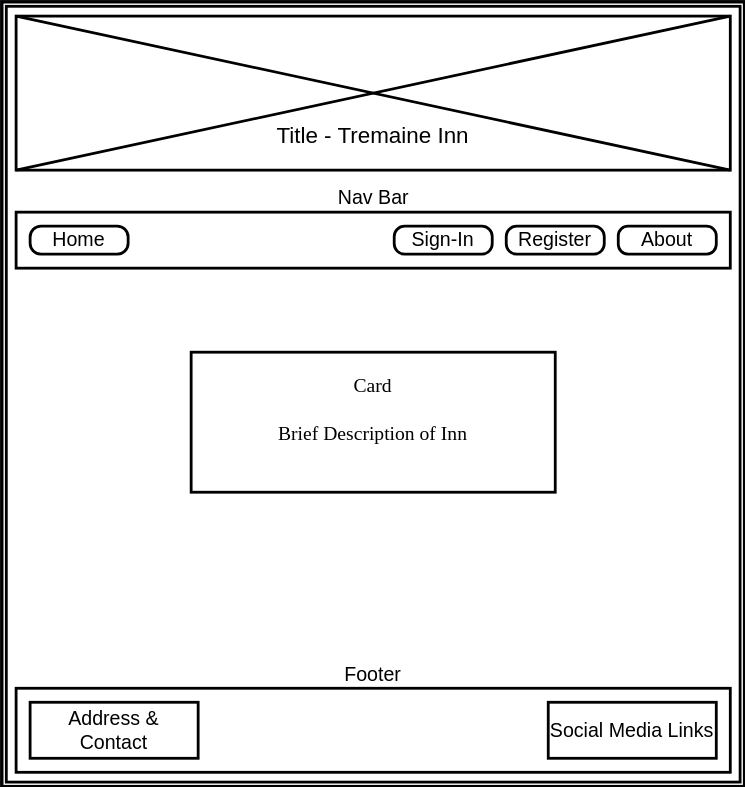
Earlier version of the draw.io export readme/home-page.svg (redfoxofwealden/tremaine-inn-booking-system). Source tidied: cells renumbered, new cells last; positions are measured from the earlier drawing's top-left corner, leaving out a move shared by most shapes. The source it was exported from:
```xml
<mxGraphModel>
  <root>
    <mxCell id="0" />
    <mxCell id="1" parent="0" />
    <mxCell id="2" style="shape=ext;double=1;rounded=0;whiteSpace=wrap;html=1;strokeColor=#000000;strokeWidth=2;align=center;verticalAlign=middle;fontFamily=Helvetica;fontSize=12;fontColor=#333333;fillColor=#FFFFFF;" parent="1" vertex="1">
      <mxGeometry width="530" height="560" as="geometry" />
    </mxCell>
    <mxCell id="3" style="rounded=0;whiteSpace=wrap;html=1;align=center;verticalAlign=middle;fontFamily=Tahoma;fontSize=14;fontColor=#000000;fillColor=none;gradientColor=none;strokeWidth=2;strokeColor=#000000;" parent="1" vertex="1">
      <mxGeometry x="10" y="150" width="510" height="40" as="geometry" />
    </mxCell>
    <mxCell id="4" style="verticalLabelPosition=bottom;shadow=0;dashed=0;align=center;html=1;verticalAlign=top;strokeWidth=2;shape=mxgraph.mockup.graphics.simpleIcon;strokeColor=#000000;rounded=0;fontFamily=Helvetica;fontSize=12;fontColor=#333333;fillColor=#FFFFFF;" parent="1" vertex="1">
      <mxGeometry x="10" y="10" width="510" height="110" as="geometry" />
    </mxCell>
    <mxCell id="5" value="Title - Tremaine Inn" style="text;html=1;align=center;verticalAlign=middle;whiteSpace=wrap;rounded=0;fontFamily=Helvetica;fontSize=16;fontColor=#000000;fontStyle=0;" parent="1" vertex="1">
      <mxGeometry x="191.2" y="80" width="147.5" height="30" as="geometry" />
    </mxCell>
    <mxCell id="6" value="Sign-In" style="rounded=1;whiteSpace=wrap;html=1;align=center;verticalAlign=middle;fontFamily=Helvetica;fontSize=14;fontColor=#000000;fillColor=none;gradientColor=none;strokeColor=#000000;strokeWidth=2;arcSize=37;" parent="1" vertex="1">
      <mxGeometry x="280" y="160" width="70" height="20" as="geometry" />
    </mxCell>
    <mxCell id="7" value="Register" style="rounded=1;whiteSpace=wrap;html=1;align=center;verticalAlign=middle;fontFamily=Helvetica;fontSize=14;fontColor=#000000;fillColor=none;gradientColor=none;strokeColor=#000000;strokeWidth=2;arcSize=37;" parent="1" vertex="1">
      <mxGeometry x="360" y="160" width="70" height="20" as="geometry" />
    </mxCell>
    <mxCell id="8" value="About" style="rounded=1;whiteSpace=wrap;html=1;align=center;verticalAlign=middle;fontFamily=Helvetica;fontSize=14;fontColor=#000000;fillColor=none;gradientColor=none;strokeColor=#000000;strokeWidth=2;arcSize=35;" parent="1" vertex="1">
      <mxGeometry x="440" y="160" width="70" height="20" as="geometry" />
    </mxCell>
    <mxCell id="9" value="Home" style="rounded=1;whiteSpace=wrap;html=1;align=center;verticalAlign=middle;fontFamily=Helvetica;fontSize=14;fontColor=#000000;fillColor=none;gradientColor=none;strokeColor=#000000;strokeWidth=2;arcSize=39;" parent="1" vertex="1">
      <mxGeometry x="20" y="160" width="70" height="20" as="geometry" />
    </mxCell>
    <mxCell id="10" value="Card&lt;br&gt;&lt;br&gt;Brief Description of Inn&lt;div&gt;&lt;br/&gt;&lt;/div&gt;" style="rounded=1;whiteSpace=wrap;html=1;align=center;verticalAlign=middle;fontFamily=Tahoma;fontSize=14;fontColor=#000000;fillColor=none;gradientColor=none;strokeColor=#000000;strokeWidth=2;arcSize=0;" parent="1" vertex="1">
      <mxGeometry x="135" y="250" width="260" height="100" as="geometry" />
    </mxCell>
    <mxCell id="11" style="rounded=0;whiteSpace=wrap;html=1;align=center;verticalAlign=middle;fontFamily=Tahoma;fontSize=14;fontColor=#000000;fillColor=none;gradientColor=none;strokeWidth=2;strokeColor=#000000;" parent="1" vertex="1">
      <mxGeometry x="10" y="490" width="510" height="60" as="geometry" />
    </mxCell>
    <mxCell id="12" value="Address &amp;amp;&lt;br&gt;Contact" style="rounded=1;whiteSpace=wrap;html=1;align=center;verticalAlign=middle;fontFamily=Helvetica;fontSize=14;fontColor=#000000;fillColor=none;gradientColor=none;arcSize=0;strokeWidth=2;strokeColor=#000000;" parent="1" vertex="1">
      <mxGeometry x="20" y="500" width="120" height="40" as="geometry" />
    </mxCell>
    <mxCell id="13" value="Social Media Links" style="rounded=1;whiteSpace=wrap;html=1;align=center;verticalAlign=middle;fontFamily=Helvetica;fontSize=14;fontColor=#000000;fillColor=none;gradientColor=none;arcSize=0;strokeWidth=2;strokeColor=#000000;" parent="1" vertex="1">
      <mxGeometry x="390" y="500" width="120" height="40" as="geometry" />
    </mxCell>
    <mxCell id="14" value="Footer" style="text;html=1;align=center;verticalAlign=middle;whiteSpace=wrap;rounded=0;fontFamily=Helvetica;fontSize=14;fontColor=#000000;" parent="1" vertex="1">
      <mxGeometry x="240" y="470" width="50" height="20" as="geometry" />
    </mxCell>
    <mxCell id="15" value="Nav Bar" style="text;html=1;align=center;verticalAlign=middle;whiteSpace=wrap;rounded=0;fontFamily=Helvetica;fontSize=14;fontColor=#000000;" parent="1" vertex="1">
      <mxGeometry x="237.5" y="130" width="55" height="20" as="geometry" />
    </mxCell>
  </root>
</mxGraphModel>
```
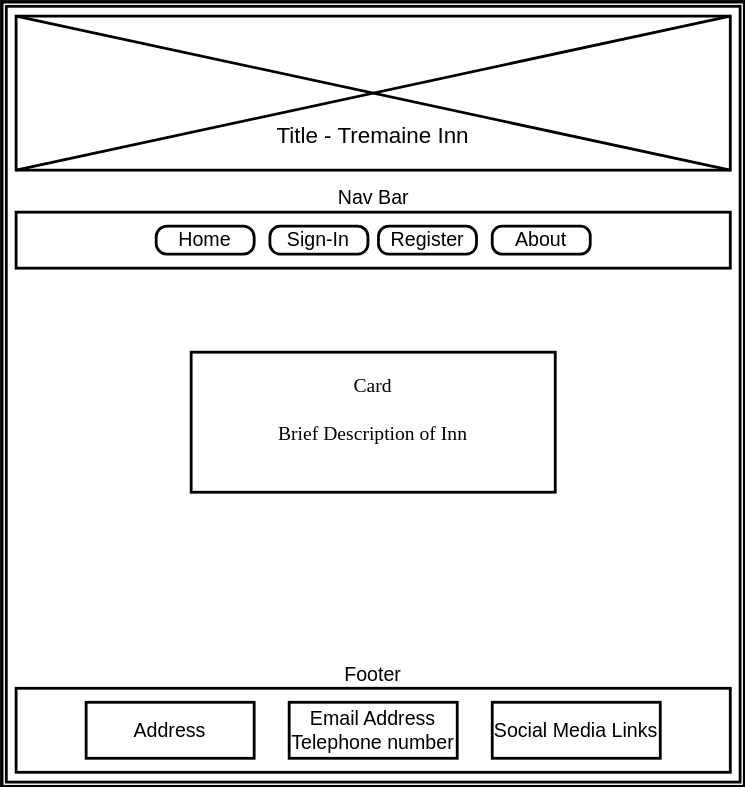
Later version of the same file.

Commit message:
docs: fill out testing home page

Diff of the diagram source:
```diff
@@ -15,16 +15,16 @@
       <mxGeometry x="191.2" y="80" width="147.5" height="30" as="geometry" />
     </mxCell>
     <mxCell id="6" value="Sign-In" style="rounded=1;whiteSpace=wrap;html=1;align=center;verticalAlign=middle;fontFamily=Helvetica;fontSize=14;fontColor=#000000;fillColor=none;gradientColor=none;strokeColor=#000000;strokeWidth=2;arcSize=37;" parent="1" vertex="1">
-      <mxGeometry x="280" y="160" width="70" height="20" as="geometry" />
+      <mxGeometry x="191.2" y="160" width="70" height="20" as="geometry" />
     </mxCell>
     <mxCell id="7" value="Register" style="rounded=1;whiteSpace=wrap;html=1;align=center;verticalAlign=middle;fontFamily=Helvetica;fontSize=14;fontColor=#000000;fillColor=none;gradientColor=none;strokeColor=#000000;strokeWidth=2;arcSize=37;" parent="1" vertex="1">
-      <mxGeometry x="360" y="160" width="70" height="20" as="geometry" />
+      <mxGeometry x="268.8" y="160" width="70" height="20" as="geometry" />
     </mxCell>
     <mxCell id="8" value="About" style="rounded=1;whiteSpace=wrap;html=1;align=center;verticalAlign=middle;fontFamily=Helvetica;fontSize=14;fontColor=#000000;fillColor=none;gradientColor=none;strokeColor=#000000;strokeWidth=2;arcSize=35;" parent="1" vertex="1">
-      <mxGeometry x="440" y="160" width="70" height="20" as="geometry" />
+      <mxGeometry x="350" y="160" width="70" height="20" as="geometry" />
     </mxCell>
     <mxCell id="9" value="Home" style="rounded=1;whiteSpace=wrap;html=1;align=center;verticalAlign=middle;fontFamily=Helvetica;fontSize=14;fontColor=#000000;fillColor=none;gradientColor=none;strokeColor=#000000;strokeWidth=2;arcSize=39;" parent="1" vertex="1">
-      <mxGeometry x="20" y="160" width="70" height="20" as="geometry" />
+      <mxGeometry x="110" y="160" width="70" height="20" as="geometry" />
     </mxCell>
     <mxCell id="10" value="Card&lt;br&gt;&lt;br&gt;Brief Description of Inn&lt;div&gt;&lt;br/&gt;&lt;/div&gt;" style="rounded=1;whiteSpace=wrap;html=1;align=center;verticalAlign=middle;fontFamily=Tahoma;fontSize=14;fontColor=#000000;fillColor=none;gradientColor=none;strokeColor=#000000;strokeWidth=2;arcSize=0;" parent="1" vertex="1">
       <mxGeometry x="135" y="250" width="260" height="100" as="geometry" />
@@ -32,11 +32,11 @@
     <mxCell id="11" style="rounded=0;whiteSpace=wrap;html=1;align=center;verticalAlign=middle;fontFamily=Tahoma;fontSize=14;fontColor=#000000;fillColor=none;gradientColor=none;strokeWidth=2;strokeColor=#000000;" parent="1" vertex="1">
       <mxGeometry x="10" y="490" width="510" height="60" as="geometry" />
     </mxCell>
-    <mxCell id="12" value="Address &amp;amp;&lt;br&gt;Contact" style="rounded=1;whiteSpace=wrap;html=1;align=center;verticalAlign=middle;fontFamily=Helvetica;fontSize=14;fontColor=#000000;fillColor=none;gradientColor=none;arcSize=0;strokeWidth=2;strokeColor=#000000;" parent="1" vertex="1">
-      <mxGeometry x="20" y="500" width="120" height="40" as="geometry" />
+    <mxCell id="12" value="Address" style="rounded=1;whiteSpace=wrap;html=1;align=center;verticalAlign=middle;fontFamily=Helvetica;fontSize=14;fontColor=#000000;fillColor=none;gradientColor=none;arcSize=0;strokeWidth=2;strokeColor=#000000;" parent="1" vertex="1">
+      <mxGeometry x="60" y="500" width="120" height="40" as="geometry" />
     </mxCell>
     <mxCell id="13" value="Social Media Links" style="rounded=1;whiteSpace=wrap;html=1;align=center;verticalAlign=middle;fontFamily=Helvetica;fontSize=14;fontColor=#000000;fillColor=none;gradientColor=none;arcSize=0;strokeWidth=2;strokeColor=#000000;" parent="1" vertex="1">
-      <mxGeometry x="390" y="500" width="120" height="40" as="geometry" />
+      <mxGeometry x="350" y="500" width="120" height="40" as="geometry" />
     </mxCell>
     <mxCell id="14" value="Footer" style="text;html=1;align=center;verticalAlign=middle;whiteSpace=wrap;rounded=0;fontFamily=Helvetica;fontSize=14;fontColor=#000000;" parent="1" vertex="1">
       <mxGeometry x="240" y="470" width="50" height="20" as="geometry" />
@@ -44,5 +44,8 @@
     <mxCell id="15" value="Nav Bar" style="text;html=1;align=center;verticalAlign=middle;whiteSpace=wrap;rounded=0;fontFamily=Helvetica;fontSize=14;fontColor=#000000;" parent="1" vertex="1">
       <mxGeometry x="237.5" y="130" width="55" height="20" as="geometry" />
     </mxCell>
+    <mxCell id="16" value="Email Address&lt;br&gt;Telephone number" style="rounded=1;whiteSpace=wrap;html=1;align=center;verticalAlign=middle;fontFamily=Helvetica;fontSize=14;fontColor=#000000;fillColor=none;gradientColor=none;arcSize=0;strokeWidth=2;strokeColor=#000000;" parent="1" vertex="1">
+      <mxGeometry x="205" y="500" width="120" height="40" as="geometry" />
+    </mxCell>
   </root>
 </mxGraphModel>
```
